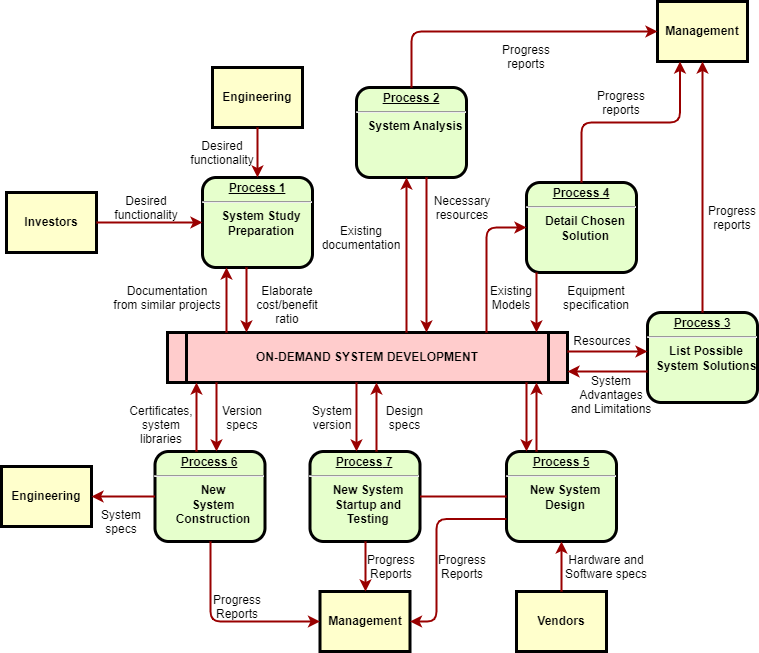
This is 未命名绘图.drawio.png from JYbrucEupup/zip, a draw.io export, as it was before one commit. Source tidied: cells renumbered, new cells last; positions are measured from the earlier drawing's top-left corner, leaving out a move shared by most shapes. Its diagram source:
```xml
<mxGraphModel>
  <root>
    <mxCell id="0" />
    <mxCell id="1" parent="0" />
    <mxCell id="2" value="&lt;p style=&quot;margin: 0px; margin-top: 4px; text-align: center; text-decoration: underline;&quot;&gt;&lt;strong&gt;Process 1&lt;br /&gt;&lt;/strong&gt;&lt;/p&gt;&lt;hr /&gt;&lt;p style=&quot;margin: 0px; margin-left: 8px;&quot;&gt;System Study&lt;/p&gt;&lt;p style=&quot;margin: 0px; margin-left: 8px;&quot;&gt;Preparation&lt;/p&gt;" style="verticalAlign=middle;align=center;overflow=fill;fontSize=12;fontFamily=Helvetica;html=1;rounded=1;fontStyle=1;strokeWidth=3;fillColor=#E6FFCC;" parent="1" vertex="1">
      <mxGeometry x="201" y="176" width="110" height="90" as="geometry" />
    </mxCell>
    <mxCell id="3" value="Engineering" style="whiteSpace=wrap;align=center;verticalAlign=middle;fontStyle=1;strokeWidth=3;fillColor=#FFFFCC;" parent="1" vertex="1">
      <mxGeometry x="211" y="66" width="90" height="60" as="geometry" />
    </mxCell>
    <mxCell id="4" value="Investors" style="whiteSpace=wrap;align=center;verticalAlign=middle;fontStyle=1;strokeWidth=3;fillColor=#FFFFCC;" parent="1" vertex="1">
      <mxGeometry x="5" y="191" width="90" height="60" as="geometry" />
    </mxCell>
    <mxCell id="5" value="ON-DEMAND SYSTEM DEVELOPMENT" style="shape=process;whiteSpace=wrap;align=center;verticalAlign=middle;size=0.0475;fontStyle=1;strokeWidth=3;fillColor=#FFCCCC;" parent="1" vertex="1">
      <mxGeometry x="166" y="331" width="400" height="50" as="geometry" />
    </mxCell>
    <mxCell id="6" value="&lt;p style=&quot;margin: 0px; margin-top: 4px; text-align: center; text-decoration: underline;&quot;&gt;&lt;strong&gt;Process 2&lt;br /&gt;&lt;/strong&gt;&lt;/p&gt;&lt;hr /&gt;&lt;p style=&quot;margin: 0px; margin-left: 8px;&quot;&gt;System Analysis&lt;/p&gt;" style="verticalAlign=middle;align=center;overflow=fill;fontSize=12;fontFamily=Helvetica;html=1;rounded=1;fontStyle=1;strokeWidth=3;fillColor=#E6FFCC;" parent="1" vertex="1">
      <mxGeometry x="355" y="86" width="110" height="90" as="geometry" />
    </mxCell>
    <mxCell id="7" value="&lt;p style=&quot;margin: 0px; margin-top: 4px; text-align: center; text-decoration: underline;&quot;&gt;&lt;strong&gt;&lt;strong&gt;Process&lt;/strong&gt; 3&lt;br /&gt;&lt;/strong&gt;&lt;/p&gt;&lt;hr /&gt;&lt;p style=&quot;margin: 0px; margin-left: 8px;&quot;&gt;List Possible&lt;/p&gt;&lt;p style=&quot;margin: 0px; margin-left: 8px;&quot;&gt;System Solutions&lt;/p&gt;" style="verticalAlign=middle;align=center;overflow=fill;fontSize=12;fontFamily=Helvetica;html=1;rounded=1;fontStyle=1;strokeWidth=3;fillColor=#E6FFCC;" parent="1" vertex="1">
      <mxGeometry x="646" y="311" width="110" height="90" as="geometry" />
    </mxCell>
    <mxCell id="8" value="&lt;p style=&quot;margin: 0px; margin-top: 4px; text-align: center; text-decoration: underline;&quot;&gt;&lt;strong&gt;&lt;strong&gt;Process&lt;/strong&gt; 4&lt;br /&gt;&lt;/strong&gt;&lt;/p&gt;&lt;hr /&gt;&lt;p style=&quot;margin: 0px; margin-left: 8px;&quot;&gt;Detail Chosen&lt;/p&gt;&lt;p style=&quot;margin: 0px; margin-left: 8px;&quot;&gt;Solution&lt;/p&gt;" style="verticalAlign=middle;align=center;overflow=fill;fontSize=12;fontFamily=Helvetica;html=1;rounded=1;fontStyle=1;strokeWidth=3;fillColor=#E6FFCC;" parent="1" vertex="1">
      <mxGeometry x="525" y="181" width="110" height="90" as="geometry" />
    </mxCell>
    <mxCell id="9" value="&lt;p style=&quot;margin: 0px; margin-top: 4px; text-align: center; text-decoration: underline;&quot;&gt;&lt;strong&gt;&lt;strong&gt;Process&lt;/strong&gt; 5&lt;br /&gt;&lt;/strong&gt;&lt;/p&gt;&lt;hr /&gt;&lt;p style=&quot;margin: 0px; margin-left: 8px;&quot;&gt;New System&lt;/p&gt;&lt;p style=&quot;margin: 0px; margin-left: 8px;&quot;&gt;Design&lt;/p&gt;" style="verticalAlign=middle;align=center;overflow=fill;fontSize=12;fontFamily=Helvetica;html=1;rounded=1;fontStyle=1;strokeWidth=3;fillColor=#E6FFCC;" parent="1" vertex="1">
      <mxGeometry x="505" y="450" width="110" height="90" as="geometry" />
    </mxCell>
    <mxCell id="10" value="&lt;p style=&quot;margin: 0px; margin-top: 4px; text-align: center; text-decoration: underline;&quot;&gt;&lt;strong&gt;&lt;strong&gt;Process&lt;/strong&gt; 6&lt;br /&gt;&lt;/strong&gt;&lt;/p&gt;&lt;hr /&gt;&lt;p style=&quot;margin: 0px; margin-left: 8px;&quot;&gt;New&lt;/p&gt;&lt;p style=&quot;margin: 0px; margin-left: 8px;&quot;&gt;System&lt;/p&gt;&lt;p style=&quot;margin: 0px; margin-left: 8px;&quot;&gt;Construction&lt;/p&gt;" style="verticalAlign=middle;align=center;overflow=fill;fontSize=12;fontFamily=Helvetica;html=1;rounded=1;fontStyle=1;strokeWidth=3;fillColor=#E6FFCC;" parent="1" vertex="1">
      <mxGeometry x="153.5" y="450" width="110" height="90" as="geometry" />
    </mxCell>
    <mxCell id="11" value="Management" style="whiteSpace=wrap;align=center;verticalAlign=middle;fontStyle=1;strokeWidth=3;fillColor=#FFFFCC;" parent="1" vertex="1">
      <mxGeometry x="656" width="90" height="60" as="geometry" />
    </mxCell>
    <mxCell id="12" value="Management" style="whiteSpace=wrap;align=center;verticalAlign=middle;fontStyle=1;strokeWidth=3;fillColor=#FFFFCC;" parent="1" vertex="1">
      <mxGeometry x="318.5" y="590" width="90" height="60" as="geometry" />
    </mxCell>
    <mxCell id="13" value="Engineering" style="whiteSpace=wrap;align=center;verticalAlign=middle;fontStyle=1;strokeWidth=3;fillColor=#FFFFCC;" parent="1" vertex="1">
      <mxGeometry y="465" width="90" height="60" as="geometry" />
    </mxCell>
    <mxCell id="14" value="Vendors" style="whiteSpace=wrap;align=center;verticalAlign=middle;fontStyle=1;strokeWidth=3;fillColor=#FFFFCC;" parent="1" vertex="1">
      <mxGeometry x="515" y="590" width="90" height="60" as="geometry" />
    </mxCell>
    <mxCell id="15" style="edgeStyle=none;noEdgeStyle=1;strokeColor=#990000;strokeWidth=2;" parent="1" edge="1" source="3" target="2">
      <mxGeometry relative="1" as="geometry" />
    </mxCell>
    <mxCell id="16" style="edgeStyle=none;noEdgeStyle=1;strokeColor=#990000;strokeWidth=2;" parent="1" edge="1" source="4" target="2">
      <mxGeometry relative="1" as="geometry" />
    </mxCell>
    <mxCell id="17" value="&lt;p style=&quot;margin: 0px; margin-top: 4px; text-align: center; text-decoration: underline;&quot;&gt;&lt;strong&gt;&lt;strong&gt;Process&lt;/strong&gt; 7&lt;br /&gt;&lt;/strong&gt;&lt;/p&gt;&lt;hr /&gt;&lt;p style=&quot;margin: 0px; margin-left: 8px;&quot;&gt;New System&lt;/p&gt;&lt;p style=&quot;margin: 0px; margin-left: 8px;&quot;&gt;Startup and&lt;/p&gt;&lt;p style=&quot;margin: 0px; margin-left: 8px;&quot;&gt;Testing&lt;/p&gt;" style="verticalAlign=middle;align=center;overflow=fill;fontSize=12;fontFamily=Helvetica;html=1;rounded=1;fontStyle=1;strokeWidth=3;fillColor=#E6FFCC;" parent="1" vertex="1">
      <mxGeometry x="308.5" y="450" width="110" height="90" as="geometry" />
    </mxCell>
    <mxCell id="18" style="endArrow=none;noEdgeStyle=1;strokeColor=#990000;strokeWidth=2;" parent="1" edge="1" source="9" target="17">
      <mxGeometry relative="1" as="geometry" />
    </mxCell>
    <mxCell id="19" value="Desired &#10;functionality" style="text;spacingTop=-5;align=center;" parent="1" vertex="1">
      <mxGeometry x="130" y="191" width="30" height="20" as="geometry" />
    </mxCell>
    <mxCell id="20" value="Desired &#10;functionality" style="text;spacingTop=-5;align=center;" parent="1" vertex="1">
      <mxGeometry x="206" y="136" width="30" height="20" as="geometry" />
    </mxCell>
    <mxCell id="21" value="Documentation&#10;from similar projects" style="text;spacingTop=-5;align=center;" parent="1" vertex="1">
      <mxGeometry x="151" y="281" width="30" height="20" as="geometry" />
    </mxCell>
    <mxCell id="22" style="edgeStyle=elbowEdgeStyle;elbow=horizontal;strokeColor=#990000;strokeWidth=2;" parent="1" edge="1" source="5" target="2">
      <mxGeometry relative="1" as="geometry">
        <Array as="points">
          <mxPoint x="225" y="310" />
        </Array>
      </mxGeometry>
    </mxCell>
    <mxCell id="23" style="edgeStyle=elbowEdgeStyle;elbow=horizontal;strokeColor=#990000;strokeWidth=2;" parent="1" edge="1" source="2" target="5">
      <mxGeometry relative="1" as="geometry">
        <Array as="points">
          <mxPoint x="245" y="300" />
        </Array>
      </mxGeometry>
    </mxCell>
    <mxCell id="24" value="Elaborate&#10;cost/benefit&#10;ratio" style="text;spacingTop=-5;align=center;" parent="1" vertex="1">
      <mxGeometry x="271" y="281" width="30" height="20" as="geometry" />
    </mxCell>
    <mxCell id="25" style="edgeStyle=elbowEdgeStyle;elbow=horizontal;strokeColor=#990000;strokeWidth=2;" parent="1" edge="1" source="5" target="6">
      <mxGeometry relative="1" as="geometry">
        <Array as="points">
          <mxPoint x="405" y="250" />
        </Array>
      </mxGeometry>
    </mxCell>
    <mxCell id="26" style="edgeStyle=elbowEdgeStyle;elbow=horizontal;strokeColor=#990000;strokeWidth=2;" parent="1" edge="1" source="6" target="5">
      <mxGeometry relative="1" as="geometry">
        <Array as="points">
          <mxPoint x="425" y="260" />
        </Array>
      </mxGeometry>
    </mxCell>
    <mxCell id="27" value="Existing&#10;documentation" style="text;spacingTop=-5;align=center;" parent="1" vertex="1">
      <mxGeometry x="345" y="221" width="30" height="20" as="geometry" />
    </mxCell>
    <mxCell id="28" value="Necessary&#10;resources" style="text;spacingTop=-5;align=center;" parent="1" vertex="1">
      <mxGeometry x="446" y="191" width="30" height="20" as="geometry" />
    </mxCell>
    <mxCell id="29" value="Progress&#10;reports" style="text;spacingTop=-5;align=center;" parent="1" vertex="1">
      <mxGeometry x="510" y="40" width="30" height="20" as="geometry" />
    </mxCell>
    <mxCell id="30" value="Progress&#10;reports" style="text;spacingTop=-5;align=center;" parent="1" vertex="1">
      <mxGeometry x="605" y="86" width="30" height="20" as="geometry" />
    </mxCell>
    <mxCell id="31" value="Progress&#10;reports" style="text;spacingTop=-5;align=center;" parent="1" vertex="1">
      <mxGeometry x="716" y="201" width="30" height="20" as="geometry" />
    </mxCell>
    <mxCell id="32" style="edgeStyle=elbowEdgeStyle;elbow=horizontal;strokeColor=#990000;strokeWidth=2;" parent="1" edge="1" source="6" target="11">
      <mxGeometry relative="1" as="geometry">
        <Array as="points">
          <mxPoint x="410" y="80" />
        </Array>
      </mxGeometry>
    </mxCell>
    <mxCell id="33" style="edgeStyle=elbowEdgeStyle;elbow=vertical;entryX=0.25;entryY=1;strokeColor=#990000;strokeWidth=2;" parent="1" edge="1" source="8" target="11">
      <mxGeometry relative="1" as="geometry" />
    </mxCell>
    <mxCell id="34" style="edgeStyle=elbowEdgeStyle;elbow=horizontal;strokeColor=#990000;strokeWidth=2;" parent="1" edge="1" source="7" target="11">
      <mxGeometry relative="1" as="geometry" />
    </mxCell>
    <mxCell id="35" style="edgeStyle=elbowEdgeStyle;elbow=horizontal;strokeColor=#990000;strokeWidth=2;" parent="1" edge="1" source="8" target="5">
      <mxGeometry relative="1" as="geometry">
        <Array as="points">
          <mxPoint x="535" y="300" />
        </Array>
      </mxGeometry>
    </mxCell>
    <mxCell id="36" style="edgeStyle=segmentEdgeStyle;strokeColor=#990000;strokeWidth=2;" parent="1" edge="1" source="5" target="8">
      <mxGeometry relative="1" as="geometry">
        <Array as="points">
          <mxPoint x="485" y="226" />
        </Array>
      </mxGeometry>
    </mxCell>
    <mxCell id="37" value="Existing&#10;Models" style="text;spacingTop=-5;align=center;" parent="1" vertex="1">
      <mxGeometry x="495" y="281" width="30" height="20" as="geometry" />
    </mxCell>
    <mxCell id="38" value="Equipment&#10;specification" style="text;spacingTop=-5;align=center;" parent="1" vertex="1">
      <mxGeometry x="580" y="281" width="30" height="20" as="geometry" />
    </mxCell>
    <mxCell id="39" style="edgeStyle=elbowEdgeStyle;elbow=vertical;strokeColor=#990000;strokeWidth=2;" parent="1" edge="1" source="5" target="7">
      <mxGeometry relative="1" as="geometry">
        <Array as="points">
          <mxPoint x="615" y="350" />
        </Array>
      </mxGeometry>
    </mxCell>
    <mxCell id="40" style="edgeStyle=elbowEdgeStyle;elbow=vertical;strokeColor=#990000;strokeWidth=2;" parent="1" edge="1" source="7" target="5">
      <mxGeometry relative="1" as="geometry">
        <Array as="points">
          <mxPoint x="615" y="370" />
        </Array>
      </mxGeometry>
    </mxCell>
    <mxCell id="41" value="Resources" style="text;spacingTop=-5;align=center;" parent="1" vertex="1">
      <mxGeometry x="586" y="331" width="30" height="20" as="geometry" />
    </mxCell>
    <mxCell id="42" value="System &#10;Advantages &#10;and Limitations" style="text;spacingTop=-5;align=center;" parent="1" vertex="1">
      <mxGeometry x="595" y="371" width="30" height="20" as="geometry" />
    </mxCell>
    <mxCell id="43" style="edgeStyle=elbowEdgeStyle;elbow=horizontal;strokeColor=#990000;strokeWidth=2;" parent="1" edge="1" source="9" target="5">
      <mxGeometry relative="1" as="geometry">
        <Array as="points">
          <mxPoint x="535" y="410" />
        </Array>
      </mxGeometry>
    </mxCell>
    <mxCell id="44" style="edgeStyle=elbowEdgeStyle;elbow=horizontal;strokeColor=#990000;strokeWidth=2;" parent="1" edge="1" source="5" target="9">
      <mxGeometry relative="1" as="geometry">
        <Array as="points">
          <mxPoint x="525" y="420" />
        </Array>
      </mxGeometry>
    </mxCell>
    <mxCell id="45" style="edgeStyle=elbowEdgeStyle;elbow=horizontal;strokeColor=#990000;strokeWidth=2;" parent="1" edge="1" source="14" target="9">
      <mxGeometry relative="1" as="geometry" />
    </mxCell>
    <mxCell id="46" value="Hardware and&#10;Software specs" style="text;spacingTop=-5;align=center;" parent="1" vertex="1">
      <mxGeometry x="590" y="550" width="30" height="20" as="geometry" />
    </mxCell>
    <mxCell id="47" style="edgeStyle=elbowEdgeStyle;elbow=horizontal;exitX=0;exitY=0.75;strokeColor=#990000;strokeWidth=2;" parent="1" edge="1" source="9" target="12">
      <mxGeometry relative="1" as="geometry">
        <Array as="points">
          <mxPoint x="435" y="570" />
        </Array>
      </mxGeometry>
    </mxCell>
    <mxCell id="48" value="Progress&#10;Reports" style="text;spacingTop=-5;align=center;" parent="1" vertex="1">
      <mxGeometry x="446" y="550" width="30" height="20" as="geometry" />
    </mxCell>
    <mxCell id="49" style="edgeStyle=elbowEdgeStyle;elbow=horizontal;strokeColor=#990000;strokeWidth=2;" parent="1" edge="1" source="17" target="12">
      <mxGeometry relative="1" as="geometry" />
    </mxCell>
    <mxCell id="50" value="Progress&#10;Reports" style="text;spacingTop=-5;align=center;" parent="1" vertex="1">
      <mxGeometry x="375" y="550" width="30" height="20" as="geometry" />
    </mxCell>
    <mxCell id="51" style="edgeStyle=elbowEdgeStyle;elbow=horizontal;strokeColor=#990000;strokeWidth=2;" parent="1" edge="1" source="10" target="12">
      <mxGeometry relative="1" as="geometry">
        <Array as="points">
          <mxPoint x="209" y="570" />
        </Array>
      </mxGeometry>
    </mxCell>
    <mxCell id="52" value="Progress&#10;Reports" style="text;spacingTop=-5;align=center;" parent="1" vertex="1">
      <mxGeometry x="221" y="590" width="30" height="20" as="geometry" />
    </mxCell>
    <mxCell id="53" style="edgeStyle=elbowEdgeStyle;elbow=vertical;strokeColor=#990000;strokeWidth=2;" parent="1" edge="1" source="10" target="13">
      <mxGeometry relative="1" as="geometry" />
    </mxCell>
    <mxCell id="54" style="edgeStyle=elbowEdgeStyle;elbow=horizontal;strokeColor=#990000;strokeWidth=2;" parent="1" edge="1" source="5" target="17">
      <mxGeometry relative="1" as="geometry">
        <Array as="points">
          <mxPoint x="355" y="410" />
        </Array>
      </mxGeometry>
    </mxCell>
    <mxCell id="55" style="edgeStyle=elbowEdgeStyle;elbow=horizontal;strokeColor=#990000;strokeWidth=2;" parent="1" edge="1" source="17" target="5">
      <mxGeometry relative="1" as="geometry">
        <Array as="points">
          <mxPoint x="375" y="410" />
        </Array>
      </mxGeometry>
    </mxCell>
    <mxCell id="56" value="Version&#10;specs" style="text;spacingTop=-5;align=center;" parent="1" vertex="1">
      <mxGeometry x="226" y="401" width="30" height="20" as="geometry" />
    </mxCell>
    <mxCell id="57" value="Certificates,&#10;system&#10;libraries" style="text;spacingTop=-5;align=center;" parent="1" vertex="1">
      <mxGeometry x="145" y="401" width="30" height="20" as="geometry" />
    </mxCell>
    <mxCell id="58" style="edgeStyle=elbowEdgeStyle;elbow=horizontal;strokeColor=#990000;strokeWidth=2;" parent="1" edge="1" source="5" target="10">
      <mxGeometry relative="1" as="geometry">
        <Array as="points">
          <mxPoint x="215" y="410" />
        </Array>
      </mxGeometry>
    </mxCell>
    <mxCell id="59" style="edgeStyle=elbowEdgeStyle;elbow=horizontal;strokeColor=#990000;strokeWidth=2;" parent="1" edge="1" source="10" target="5">
      <mxGeometry relative="1" as="geometry">
        <Array as="points">
          <mxPoint x="195" y="410" />
        </Array>
      </mxGeometry>
    </mxCell>
    <mxCell id="60" value="System&#10;specs" style="text;spacingTop=-5;align=center;" parent="1" vertex="1">
      <mxGeometry x="105" y="505" width="30" height="20" as="geometry" />
    </mxCell>
    <mxCell id="61" value="Design&#10;specs" style="text;spacingTop=-5;align=center;" parent="1" vertex="1">
      <mxGeometry x="388.5" y="401" width="30" height="20" as="geometry" />
    </mxCell>
    <mxCell id="62" value="System&#10;version" style="text;spacingTop=-5;align=center;" parent="1" vertex="1">
      <mxGeometry x="316" y="401" width="30" height="20" as="geometry" />
    </mxCell>
  </root>
</mxGraphModel>
```
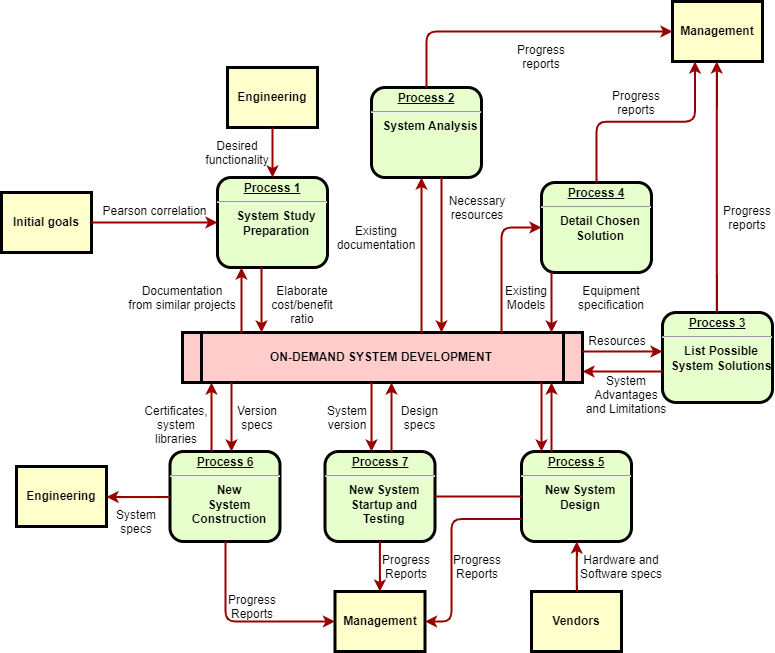
After the commit.

Diff of the diagram source:
```diff
@@ -8,8 +8,8 @@
     <mxCell id="3" value="Engineering" style="whiteSpace=wrap;align=center;verticalAlign=middle;fontStyle=1;strokeWidth=3;fillColor=#FFFFCC;" parent="1" vertex="1">
       <mxGeometry x="211" y="66" width="90" height="60" as="geometry" />
     </mxCell>
-    <mxCell id="4" value="Investors" style="whiteSpace=wrap;align=center;verticalAlign=middle;fontStyle=1;strokeWidth=3;fillColor=#FFFFCC;" parent="1" vertex="1">
-      <mxGeometry x="5" y="191" width="90" height="60" as="geometry" />
+    <mxCell id="4" value="Initial goals" style="whiteSpace=wrap;align=center;verticalAlign=middle;fontStyle=1;strokeWidth=3;fillColor=#FFFFCC;" parent="1" vertex="1">
+      <mxGeometry x="-15" y="191" width="90" height="60" as="geometry" />
     </mxCell>
     <mxCell id="5" value="ON-DEMAND SYSTEM DEVELOPMENT" style="shape=process;whiteSpace=wrap;align=center;verticalAlign=middle;size=0.0475;fontStyle=1;strokeWidth=3;fillColor=#FFCCCC;" parent="1" vertex="1">
       <mxGeometry x="166" y="331" width="400" height="50" as="geometry" />
@@ -53,8 +53,8 @@
     <mxCell id="18" style="endArrow=none;noEdgeStyle=1;strokeColor=#990000;strokeWidth=2;" parent="1" edge="1" source="9" target="17">
       <mxGeometry relative="1" as="geometry" />
     </mxCell>
-    <mxCell id="19" value="Desired &#10;functionality" style="text;spacingTop=-5;align=center;" parent="1" vertex="1">
-      <mxGeometry x="130" y="191" width="30" height="20" as="geometry" />
+    <mxCell id="19" value="Pearson correlation" style="text;spacingTop=-5;align=center;" parent="1" vertex="1">
+      <mxGeometry x="123.5" y="201" width="30" height="20" as="geometry" />
     </mxCell>
     <mxCell id="20" value="Desired &#10;functionality" style="text;spacingTop=-5;align=center;" parent="1" vertex="1">
       <mxGeometry x="206" y="136" width="30" height="20" as="geometry" />
```
